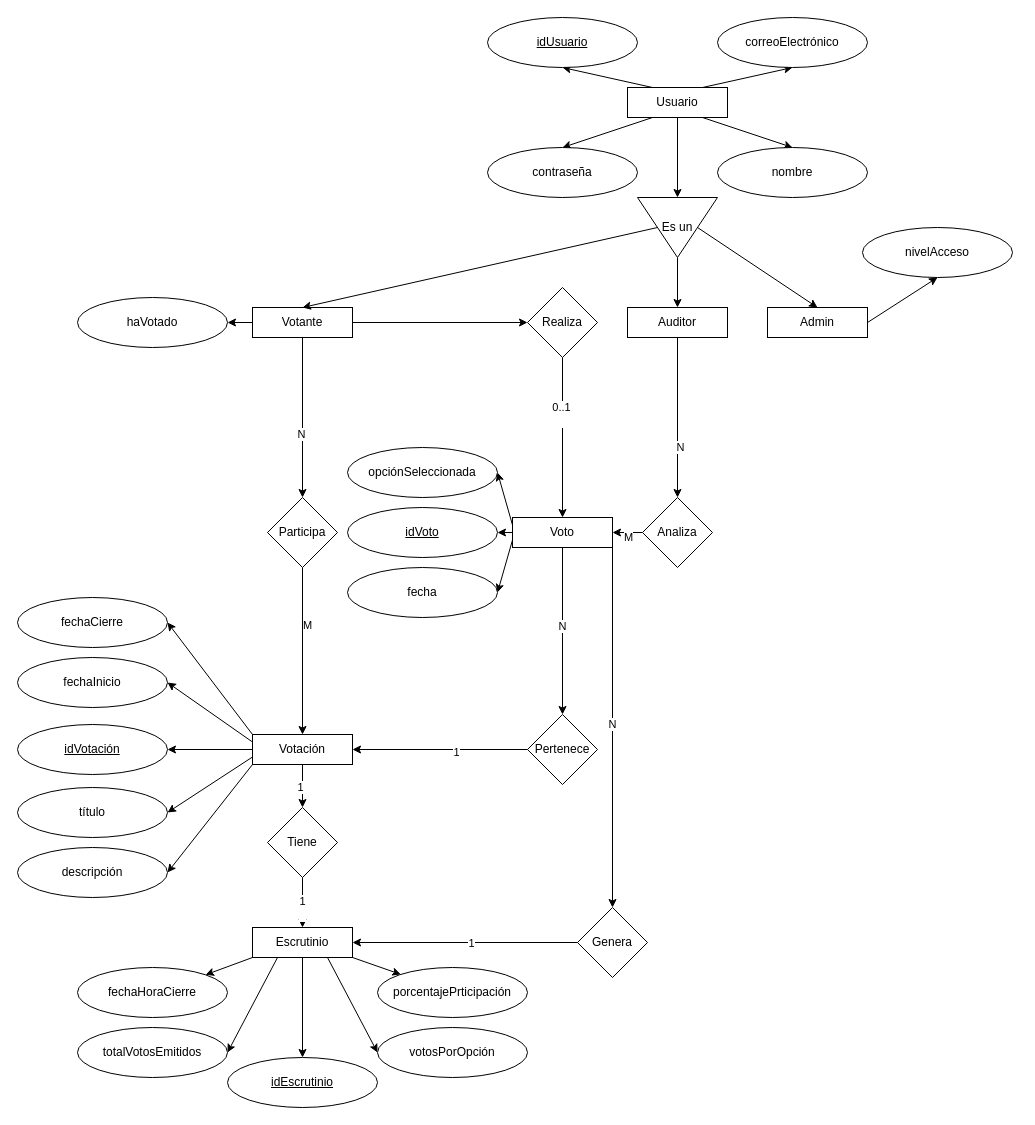
juansuarezb/sistema-votacion-web keeps this draw.io diagram as docs/diagramas/DB/ER-chen.drawio. Above is the earlier version. Source tidied: cells renumbered, new cells numbered last; positions are measured from the earlier drawing's top-left corner, leaving out a move shared by most shapes. Both pictures are drawn from the tidied source at 100%, with x=0, y=0 at pixel (17, 17).
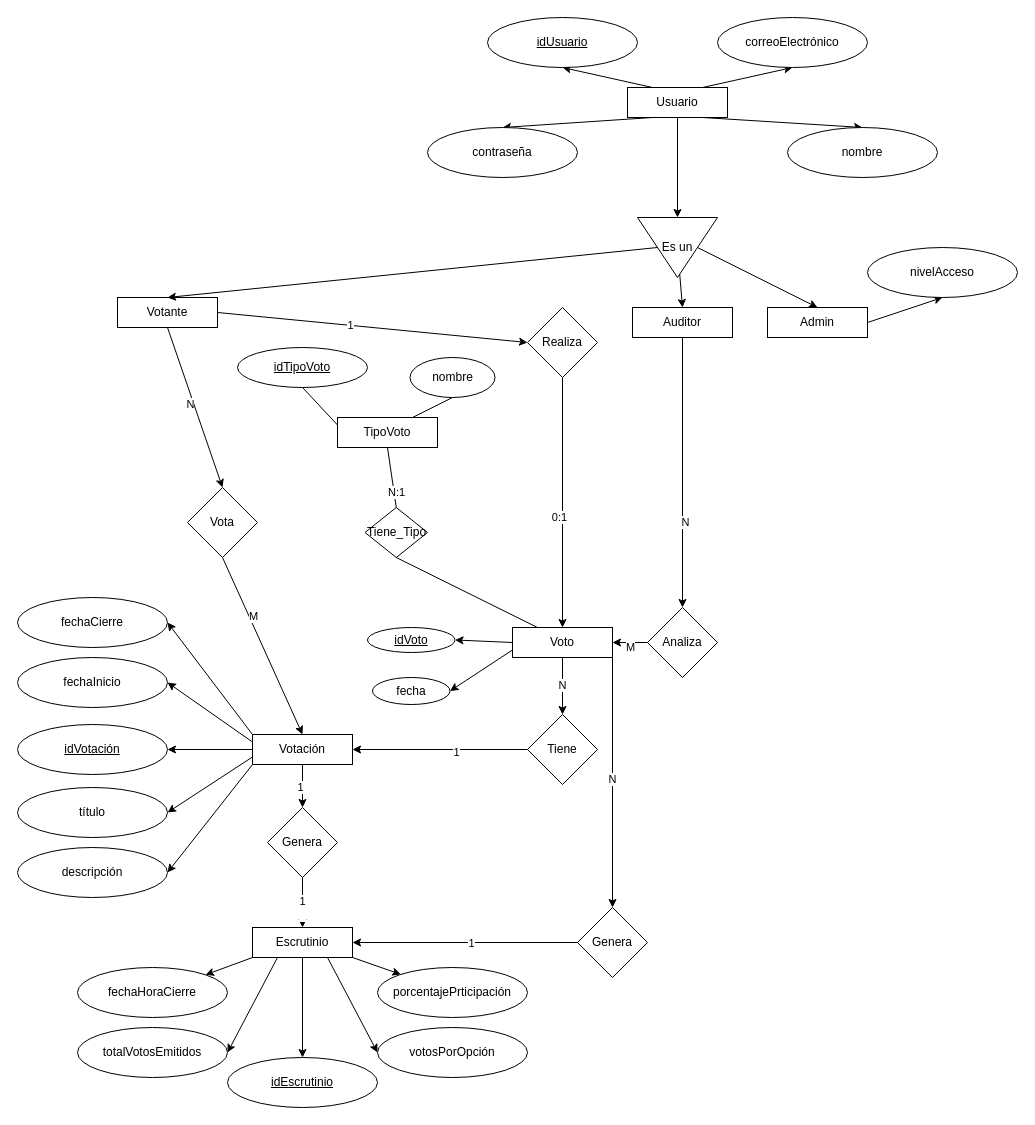
The same diagram, later.

The change refers to these unchanged cells:
```xml
<mxCell id="7" value="Usuario" style="rounded=0;whiteSpace=wrap;html=1;" parent="1" vertex="1">
  <mxGeometry x="610" y="70" width="100" height="30" as="geometry" />
</mxCell>
<mxCell id="15" style="edgeStyle=none;html=1;exitX=1;exitY=0.5;exitDx=0;exitDy=0;entryX=0;entryY=0.5;entryDx=0;entryDy=0;" parent="1" edge="1" source="16" target="64">
  <mxGeometry relative="1" as="geometry" />
</mxCell>
<mxCell id="21" style="edgeStyle=none;html=1;exitX=0.5;exitY=1;exitDx=0;exitDy=0;entryX=0.5;entryY=0;entryDx=0;entryDy=0;" parent="1" edge="1" source="23" target="79">
  <mxGeometry relative="1" as="geometry" />
</mxCell>
<mxCell id="31" value="Votación" style="rounded=0;whiteSpace=wrap;html=1;" parent="1" vertex="1">
  <mxGeometry x="235" y="717" width="100" height="30" as="geometry" />
</mxCell>
<mxCell id="52" value="Escrutinio" style="rounded=0;whiteSpace=wrap;html=1;" parent="1" vertex="1">
  <mxGeometry x="235" y="910" width="100" height="30" as="geometry" />
</mxCell>
<mxCell id="62" style="edgeStyle=none;html=1;entryX=0.5;entryY=0;entryDx=0;entryDy=0;" parent="1" edge="1" source="64" target="43">
  <mxGeometry relative="1" as="geometry" />
</mxCell>
<mxCell id="74" style="edgeStyle=none;html=1;exitX=0;exitY=0.5;exitDx=0;exitDy=0;entryX=1;entryY=0.5;entryDx=0;entryDy=0;" parent="1" edge="1" source="76" target="52">
  <mxGeometry relative="1" as="geometry" />
</mxCell>
<mxCell id="77" style="edgeStyle=none;html=1;exitX=0;exitY=0.5;exitDx=0;exitDy=0;entryX=1;entryY=0.5;entryDx=0;entryDy=0;" parent="1" edge="1" source="79" target="43">
  <mxGeometry relative="1" as="geometry" />
</mxCell>
```

Diff of the diagram source:
```diff
@@
-    <mxCell id="4" style="edgeStyle=none;html=1;exitX=0.75;exitY=1;exitDx=0;exitDy=0;entryX=0.5;entryY=0;entryDx=0;entryDy=0;" parent="1" edge="1" source="7" target="9">
-      <mxGeometry relative="1" as="geometry" />
-    </mxCell>
+    <mxCell id="80" style="edgeStyle=none;html=1;exitX=0.75;exitY=1;exitDx=0;exitDy=0;entryX=0.5;entryY=0;entryDx=0;entryDy=0;" parent="1" edge="1" source="7" target="81">
+      <mxGeometry relative="1" as="geometry" />
+    </mxCell>
@@
-    <mxCell id="9" value="nombre" style="ellipse;whiteSpace=wrap;html=1;" parent="1" vertex="1">
-      <mxGeometry x="700" y="130" width="150" height="50" as="geometry" />
-    </mxCell>
+    <mxCell id="81" value="nombre" style="ellipse;whiteSpace=wrap;html=1;" parent="1" vertex="1">
+      <mxGeometry x="770" y="110" width="150" height="50" as="geometry" />
+    </mxCell>
@@
     <mxCell id="11" value="contraseña" style="ellipse;whiteSpace=wrap;html=1;" parent="1" vertex="1">
-      <mxGeometry x="470" y="130" width="150" height="50" as="geometry" />
+      <mxGeometry x="410" y="110" width="150" height="50" as="geometry" />
     </mxCell>
-    <mxCell id="12" style="edgeStyle=none;html=1;exitX=0.5;exitY=1;exitDx=0;exitDy=0;entryX=0.5;entryY=0;entryDx=0;entryDy=0;" parent="1" edge="1" source="16" target="70">
-      <mxGeometry relative="1" as="geometry" />
-    </mxCell>
-    <mxCell id="13" value="N" style="edgeLabel;html=1;align=center;verticalAlign=middle;" parent="12" vertex="1">
-      <mxGeometry x="0.2" y="-2" relative="1" as="geometry" />
-    </mxCell>
-    <mxCell id="14" style="edgeStyle=none;html=1;exitX=0;exitY=0.5;exitDx=0;exitDy=0;entryX=1;entryY=0.5;entryDx=0;entryDy=0;" parent="1" edge="1" source="16" target="17">
-      <mxGeometry relative="1" as="geometry" />
-    </mxCell>
+    <mxCell id="82" style="edgeStyle=none;html=1;exitX=0.5;exitY=1;exitDx=0;exitDy=0;entryX=0.5;entryY=0;entryDx=0;entryDy=0;" parent="1" edge="1" source="16" target="95">
+      <mxGeometry relative="1" as="geometry" />
+    </mxCell>
+    <mxCell id="83" value="N" style="edgeLabel;html=1;align=center;verticalAlign=middle;" parent="82" vertex="1">
+      <mxGeometry x="0.2" y="-2" relative="1" as="geometry">
+        <mxPoint x="-9" y="-21" as="offset" />
+      </mxGeometry>
+    </mxCell>
@@
+    <mxCell id="84" value="1" style="edgeLabel;html=1;align=center;verticalAlign=middle;" parent="15" vertex="1">
+      <mxGeometry x="-0.15" relative="1" as="geometry">
+        <mxPoint x="1" as="offset" />
+      </mxGeometry>
+    </mxCell>
     <mxCell id="16" value="Votante" style="rounded=0;whiteSpace=wrap;html=1;" parent="1" vertex="1">
-      <mxGeometry x="235" y="290" width="100" height="30" as="geometry" />
+      <mxGeometry x="100" y="280" width="100" height="30" as="geometry" />
     </mxCell>
-    <mxCell id="17" value="haVotado" style="ellipse;whiteSpace=wrap;html=1;" parent="1" vertex="1">
-      <mxGeometry x="60" y="280" width="150" height="50" as="geometry" />
-    </mxCell>
@@
     <mxCell id="20" value="nivelAcceso" style="ellipse;whiteSpace=wrap;html=1;" parent="1" vertex="1">
-      <mxGeometry x="845" y="210" width="150" height="50" as="geometry" />
+      <mxGeometry x="850" y="230" width="150" height="50" as="geometry" />
     </mxCell>
@@
-    <mxCell id="22" value="N" style="edgeLabel;html=1;align=center;verticalAlign=middle;" parent="21" vertex="1">
-      <mxGeometry x="0.36" y="2" relative="1" as="geometry" />
-    </mxCell>
+    <mxCell id="85" value="N" style="edgeLabel;html=1;align=center;verticalAlign=middle;" parent="21" vertex="1">
+      <mxGeometry x="0.36" y="2" relative="1" as="geometry" />
+    </mxCell>
     <mxCell id="23" value="Auditor" style="rounded=0;whiteSpace=wrap;html=1;" parent="1" vertex="1">
-      <mxGeometry x="610" y="290" width="100" height="30" as="geometry" />
+      <mxGeometry x="615" y="290" width="100" height="30" as="geometry" />
     </mxCell>
-    <mxCell id="24" style="edgeStyle=none;html=1;exitX=0.5;exitY=1;exitDx=0;exitDy=0;entryX=0.5;entryY=0;entryDx=0;entryDy=0;" parent="1" edge="1" source="31" target="73">
-      <mxGeometry relative="1" as="geometry" />
-    </mxCell>
-    <mxCell id="25" value="1" style="edgeLabel;html=1;align=center;verticalAlign=middle;" parent="24" vertex="1">
-      <mxGeometry x="0.02" y="-3" relative="1" as="geometry" />
-    </mxCell>
+    <mxCell id="86" style="edgeStyle=none;html=1;exitX=0.5;exitY=1;exitDx=0;exitDy=0;entryX=0.5;entryY=0;entryDx=0;entryDy=0;" parent="1" edge="1" source="31" target="97">
+      <mxGeometry relative="1" as="geometry" />
+    </mxCell>
+    <mxCell id="87" value="1" style="edgeLabel;html=1;align=center;verticalAlign=middle;" parent="86" vertex="1">
+      <mxGeometry x="0.02" y="-3" relative="1" as="geometry" />
+    </mxCell>
@@
-    <mxCell id="38" style="edgeStyle=none;html=1;exitX=0;exitY=0.25;exitDx=0;exitDy=0;entryX=1;entryY=0.5;entryDx=0;entryDy=0;" parent="1" edge="1" source="43" target="46">
-      <mxGeometry relative="1" as="geometry" />
-    </mxCell>
@@
-    <mxCell id="40" style="edgeStyle=none;html=1;exitX=0.5;exitY=1;exitDx=0;exitDy=0;entryX=0.5;entryY=0;entryDx=0;entryDy=0;" parent="1" edge="1" source="43" target="67">
-      <mxGeometry relative="1" as="geometry" />
-    </mxCell>
-    <mxCell id="41" value="N" style="edgeLabel;html=1;align=center;verticalAlign=middle;" parent="40" vertex="1">
-      <mxGeometry x="-0.07" y="-1" relative="1" as="geometry" />
-    </mxCell>
+    <mxCell id="88" style="edgeStyle=none;html=1;exitX=0.5;exitY=1;exitDx=0;exitDy=0;entryX=0.5;entryY=0;entryDx=0;entryDy=0;" parent="1" edge="1" source="43" target="73">
+      <mxGeometry relative="1" as="geometry" />
+    </mxCell>
+    <mxCell id="89" value="N" style="edgeLabel;html=1;align=center;verticalAlign=middle;" parent="88" vertex="1">
+      <mxGeometry x="-0.07" y="-1" relative="1" as="geometry" />
+    </mxCell>
@@
     <mxCell id="43" value="Voto" style="whiteSpace=wrap;html=1;" parent="1" vertex="1">
-      <mxGeometry x="495" y="500" width="100" height="30" as="geometry" />
+      <mxGeometry x="495" y="610" width="100" height="30" as="geometry" />
     </mxCell>
     <mxCell id="44" value="&lt;u&gt;idVoto&lt;/u&gt;" style="ellipse;whiteSpace=wrap;html=1;" parent="1" vertex="1">
-      <mxGeometry x="330" y="490" width="150" height="50" as="geometry" />
+      <mxGeometry x="350" y="610" width="87.5" height="25" as="geometry" />
     </mxCell>
     <mxCell id="45" value="fecha" style="ellipse;whiteSpace=wrap;html=1;" parent="1" vertex="1">
-      <mxGeometry x="330" y="550" width="150" height="50" as="geometry" />
+      <mxGeometry x="355" y="660" width="77.5" height="27" as="geometry" />
     </mxCell>
-    <mxCell id="46" value="opciónSeleccionada" style="ellipse;whiteSpace=wrap;html=1;" parent="1" vertex="1">
-      <mxGeometry x="330" y="430" width="150" height="50" as="geometry" />
-    </mxCell>
@@
     <mxCell id="61" value="Es un" style="triangle;whiteSpace=wrap;html=1;direction=south;" parent="1" vertex="1">
-      <mxGeometry x="620" y="180" width="80" height="60" as="geometry" />
+      <mxGeometry x="620" y="200" width="80" height="60" as="geometry" />
     </mxCell>
@@
-    <mxCell id="63" value="0..1&lt;div&gt;&lt;br&gt;&lt;/div&gt;" style="edgeLabel;html=1;align=center;verticalAlign=middle;" parent="62" vertex="1">
-      <mxGeometry x="-0.3" y="-2" relative="1" as="geometry" />
-    </mxCell>
+    <mxCell id="90" value="0:1" style="edgeLabel;html=1;align=center;verticalAlign=middle;" parent="62" vertex="1">
+      <mxGeometry x="0.11" y="-4" relative="1" as="geometry" />
+    </mxCell>
     <mxCell id="64" value="Realiza" style="rhombus;whiteSpace=wrap;html=1;" parent="1" vertex="1">
-      <mxGeometry x="510" y="270" width="70" height="70" as="geometry" />
+      <mxGeometry x="510" y="290" width="70" height="70" as="geometry" />
     </mxCell>
-    <mxCell id="65" style="edgeStyle=none;html=1;exitX=0;exitY=0.5;exitDx=0;exitDy=0;entryX=1;entryY=0.5;entryDx=0;entryDy=0;" parent="1" edge="1" source="67" target="31">
-      <mxGeometry relative="1" as="geometry" />
-    </mxCell>
-    <mxCell id="66" value="1" style="edgeLabel;html=1;align=center;verticalAlign=middle;" parent="65" vertex="1">
-      <mxGeometry x="-0.18" y="2" relative="1" as="geometry" />
-    </mxCell>
-    <mxCell id="67" value="Pertenece" style="rhombus;whiteSpace=wrap;html=1;" parent="1" vertex="1">
-      <mxGeometry x="510" y="697" width="70" height="70" as="geometry" />
-    </mxCell>
-    <mxCell id="68" style="edgeStyle=none;html=1;exitX=0.5;exitY=1;exitDx=0;exitDy=0;entryX=0.5;entryY=0;entryDx=0;entryDy=0;" parent="1" edge="1" source="70" target="31">
-      <mxGeometry relative="1" as="geometry" />
-    </mxCell>
-    <mxCell id="69" value="M" style="edgeLabel;html=1;align=center;verticalAlign=middle;" parent="68" vertex="1">
-      <mxGeometry x="-0.32" y="4" relative="1" as="geometry" />
-    </mxCell>
-    <mxCell id="70" value="Participa" style="rhombus;whiteSpace=wrap;html=1;" parent="1" vertex="1">
-      <mxGeometry x="250" y="480" width="70" height="70" as="geometry" />
-    </mxCell>
-    <mxCell id="71" style="edgeStyle=none;html=1;exitX=0.5;exitY=1;exitDx=0;exitDy=0;entryX=0.5;entryY=0;entryDx=0;entryDy=0;" parent="1" edge="1" source="73" target="52">
-      <mxGeometry relative="1" as="geometry" />
-    </mxCell>
+    <mxCell id="91" style="edgeStyle=none;html=1;exitX=0;exitY=0.5;exitDx=0;exitDy=0;entryX=1;entryY=0.5;entryDx=0;entryDy=0;" parent="1" edge="1" source="73" target="31">
+      <mxGeometry relative="1" as="geometry" />
+    </mxCell>
+    <mxCell id="92" value="1" style="edgeLabel;html=1;align=center;verticalAlign=middle;" parent="91" vertex="1">
+      <mxGeometry x="-0.18" y="2" relative="1" as="geometry" />
+    </mxCell>
+    <mxCell id="73" value="Tiene" style="rhombus;whiteSpace=wrap;html=1;" parent="1" vertex="1">
+      <mxGeometry x="510" y="697" width="70" height="70" as="geometry" />
+    </mxCell>
+    <mxCell id="93" style="edgeStyle=none;html=1;exitX=0.5;exitY=1;exitDx=0;exitDy=0;entryX=0.5;entryY=0;entryDx=0;entryDy=0;" parent="1" edge="1" source="95" target="31">
+      <mxGeometry relative="1" as="geometry" />
+    </mxCell>
+    <mxCell id="94" value="M" style="edgeLabel;html=1;align=center;verticalAlign=middle;" parent="93" vertex="1">
+      <mxGeometry x="-0.32" y="4" relative="1" as="geometry" />
+    </mxCell>
+    <mxCell id="95" value="Vota" style="rhombus;whiteSpace=wrap;html=1;" parent="1" vertex="1">
+      <mxGeometry x="170" y="470" width="70" height="70" as="geometry" />
+    </mxCell>
+    <mxCell id="96" style="edgeStyle=none;html=1;exitX=0.5;exitY=1;exitDx=0;exitDy=0;entryX=0.5;entryY=0;entryDx=0;entryDy=0;" parent="1" edge="1" source="97" target="52">
+      <mxGeometry relative="1" as="geometry" />
+    </mxCell>
-    <mxCell id="72" value="1&lt;div&gt;&lt;br&gt;&lt;/div&gt;" style="edgeLabel;html=1;align=center;verticalAlign=middle;" parent="71" vertex="1">
+    <mxCell id="72" value="1&lt;div&gt;&lt;br&gt;&lt;/div&gt;" style="edgeLabel;html=1;align=center;verticalAlign=middle;" parent="96" vertex="1">
       <mxGeometry x="0.2" y="-1" relative="1" as="geometry" />
     </mxCell>
-    <mxCell id="73" value="Tiene" style="rhombus;whiteSpace=wrap;html=1;" parent="1" vertex="1">
-      <mxGeometry x="250" y="790" width="70" height="70" as="geometry" />
-    </mxCell>
+    <mxCell id="97" value="Genera" style="rhombus;whiteSpace=wrap;html=1;" parent="1" vertex="1">
+      <mxGeometry x="250" y="790" width="70" height="70" as="geometry" />
+    </mxCell>
@@
-    <mxCell id="75" value="1" style="edgeLabel;html=1;align=center;verticalAlign=middle;" parent="74" vertex="1">
-      <mxGeometry x="-0.05" relative="1" as="geometry" />
-    </mxCell>
+    <mxCell id="98" value="1" style="edgeLabel;html=1;align=center;verticalAlign=middle;" parent="74" vertex="1">
+      <mxGeometry x="-0.05" relative="1" as="geometry" />
+    </mxCell>
@@
-    <mxCell id="78" value="M" style="edgeLabel;html=1;align=center;verticalAlign=middle;" parent="77" vertex="1">
-      <mxGeometry y="4" relative="1" as="geometry" />
-    </mxCell>
+    <mxCell id="99" value="M" style="edgeLabel;html=1;align=center;verticalAlign=middle;" parent="77" vertex="1">
+      <mxGeometry y="4" relative="1" as="geometry" />
+    </mxCell>
     <mxCell id="79" value="Analiza" style="rhombus;whiteSpace=wrap;html=1;" parent="1" vertex="1">
-      <mxGeometry x="625" y="480" width="70" height="70" as="geometry" />
+      <mxGeometry x="630" y="590" width="70" height="70" as="geometry" />
     </mxCell>
+    <mxCell id="100" value="TipoVoto" style="rounded=0;whiteSpace=wrap;html=1;" parent="1" vertex="1">
+      <mxGeometry x="320" y="400" width="100" height="30" as="geometry" />
+    </mxCell>
+    <mxCell id="101" value="&lt;u&gt;idTipoVoto&lt;/u&gt;" style="ellipse;whiteSpace=wrap;html=1;" parent="1" vertex="1">
+      <mxGeometry x="220" y="330" width="130" height="40" as="geometry" />
+    </mxCell>
+    <mxCell id="102" value="nombre" style="ellipse;whiteSpace=wrap;html=1;" parent="1" vertex="1">
+      <mxGeometry x="392.5" y="340" width="85" height="40" as="geometry" />
+    </mxCell>
+    <mxCell id="103" style="endArrow=none;html=1;rounded=0;entryX=0.5;entryY=1;entryDx=0;entryDy=0;exitX=0;exitY=0.25;exitDx=0;exitDy=0;" parent="1" edge="1" source="100" target="101">
+      <mxGeometry relative="1" as="geometry" />
+    </mxCell>
+    <mxCell id="104" style="endArrow=none;html=1;rounded=0;entryX=0.5;entryY=1;entryDx=0;entryDy=0;exitX=0.75;exitY=0;exitDx=0;exitDy=0;" parent="1" edge="1" source="100" target="102">
+      <mxGeometry relative="1" as="geometry" />
+    </mxCell>
+    <mxCell id="105" value="Tiene_Tipo" style="rhombus;whiteSpace=wrap;html=1;" parent="1" vertex="1">
+      <mxGeometry x="347.5" y="490" width="62.5" height="50" as="geometry" />
+    </mxCell>
+    <mxCell id="106" style="endArrow=none;html=1;rounded=0;entryX=0.5;entryY=1;entryDx=0;entryDy=0;exitX=0.5;exitY=0;exitDx=0;exitDy=0;" parent="1" edge="1" source="105" target="100">
+      <mxGeometry relative="1" as="geometry" />
+    </mxCell>
+    <mxCell id="107" style="endArrow=none;html=1;rounded=0;exitX=0.25;exitY=0;exitDx=0;exitDy=0;entryX=0.5;entryY=1;entryDx=0;entryDy=0;" parent="1" edge="1" source="43" target="105">
+      <mxGeometry relative="1" as="geometry" />
+    </mxCell>
+    <mxCell id="108" value="&lt;div&gt;N:1&lt;/div&gt;" style="edgeLabel;html=1;align=center;verticalAlign=middle;" parent="1" vertex="1">
+      <mxGeometry x="520" y="260" as="geometry">
+        <mxPoint x="-142" y="214" as="offset" />
+      </mxGeometry>
+    </mxCell>
```
